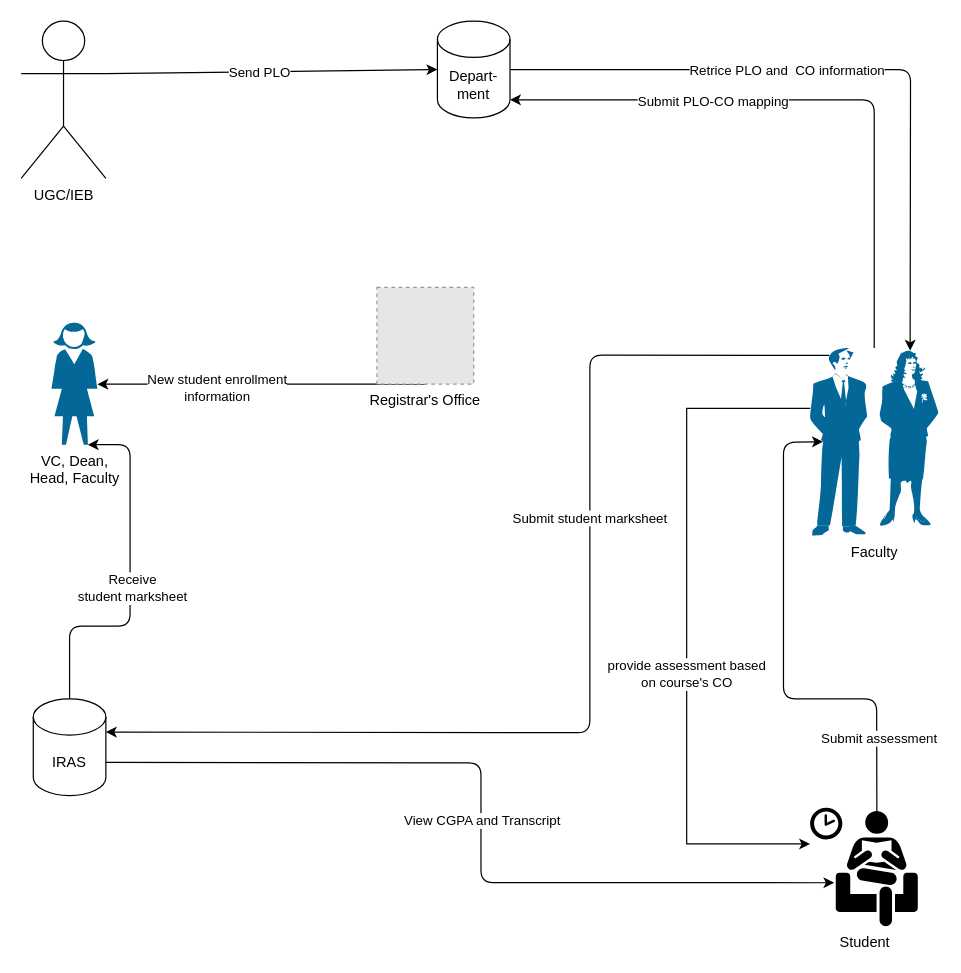
This is Report/RichPictureUpdate.drawio from moon672/cse-303-1-spring-2021-group-3, a draw.io file, before an edit. Source tidied: cells renumbered, new cells numbered last; positions are measured from the earlier drawing's top-left corner, leaving out a move shared by most shapes. Both pictures are drawn from the tidied source at 121%, with x=0, y=0 at pixel (21, 21). Pictures stored in the file or linked from it are replaced by grey dashed boxes.
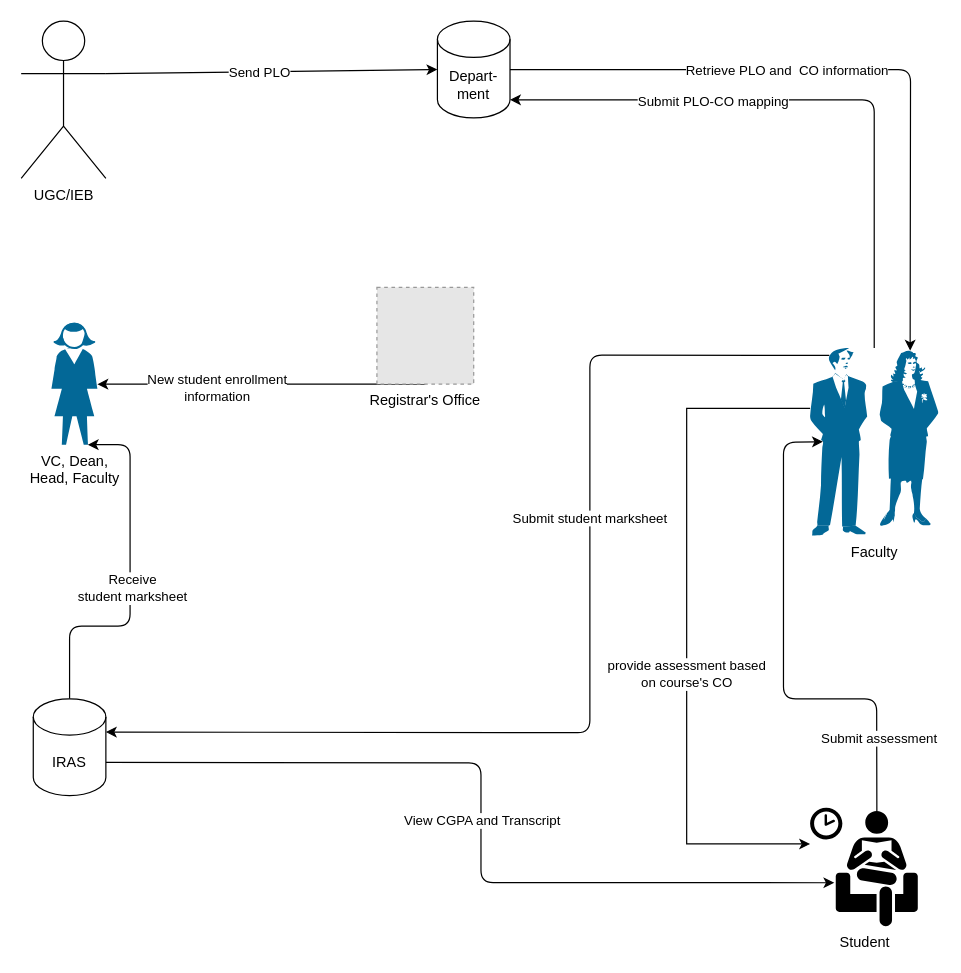
The same page after the edit.

Commit message (it also covers changes not shown here):
updated rich picture and six element

The change refers to these unchanged cells:
```xml
<mxCell id="8" style="edgeStyle=none;rounded=1;jumpStyle=arc;jumpSize=13;jettySize=auto;html=1;exitX=1;exitY=0.5;exitDx=0;exitDy=0;exitPerimeter=0;entryX=0.78;entryY=0.015;entryDx=0;entryDy=0;entryPerimeter=0;" parent="1" edge="1" source="10" target="17">
  <mxGeometry relative="1" as="geometry">
    <Array as="points">
      <mxPoint x="735" y="40" />
    </Array>
  </mxGeometry>
</mxCell>
```

The edit, as a diff of the source:
```diff
@@
-    <mxCell id="9" value="Retrice PLO and&amp;nbsp; CO information" style="edgeLabel;html=1;align=center;verticalAlign=middle;" parent="8" vertex="1">
+    <mxCell id="9" value="Retrieve PLO and&amp;nbsp; CO information" style="edgeLabel;html=1;align=center;verticalAlign=middle;" parent="8" vertex="1">
       <mxGeometry x="-0.19" relative="1" as="geometry" />
     </mxCell>
```
